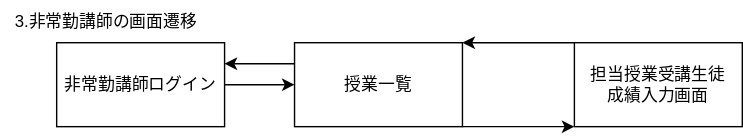
The draw.io diagram teamG5.drawio.svg in Skypeace8585/uml-introduction, before a commit. Source tidied: cells renumbered, new cells last; positions are measured from the earlier drawing's top-left corner, leaving out a move shared by most shapes.
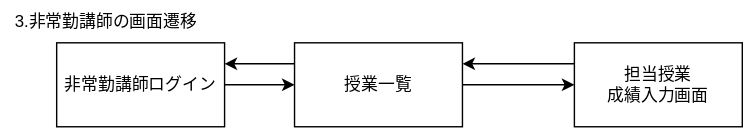
After the commit.

Change to the diagram source:
```diff
@@ -13,19 +13,19 @@
     <mxCell id="4" value="非常勤講師ログイン" style="rounded=0;whiteSpace=wrap;html=1;" parent="1" vertex="1">
       <mxGeometry x="40" y="30" width="120" height="60" as="geometry" />
     </mxCell>
+    <mxCell id="6" style="edgeStyle=none;html=1;entryX=1;entryY=0.25;entryDx=0;entryDy=0;exitX=0;exitY=0.25;exitDx=0;exitDy=0;" parent="1" edge="1" source="7" target="4">
+      <mxGeometry relative="1" as="geometry" />
+    </mxCell>
-    <mxCell id="5" style="edgeStyle=none;html=1;exitX=1;exitY=1;exitDx=0;exitDy=0;entryX=0;entryY=1;entryDx=0;entryDy=0;" parent="1" edge="1" source="7" target="9">
+    <mxCell id="5" style="edgeStyle=none;html=1;entryX=0;entryY=0.5;entryDx=0;entryDy=0;" parent="1" edge="1" source="7" target="9">
       <mxGeometry relative="1" as="geometry" />
     </mxCell>
-    <mxCell id="6" style="edgeStyle=none;html=1;entryX=1;entryY=0.25;entryDx=0;entryDy=0;exitX=0;exitY=0.25;exitDx=0;exitDy=0;" parent="1" edge="1" source="7" target="4">
-      <mxGeometry relative="1" as="geometry" />
-    </mxCell>
     <mxCell id="7" value="授業一覧" style="rounded=0;whiteSpace=wrap;html=1;" parent="1" vertex="1">
       <mxGeometry x="210" y="30" width="120" height="60" as="geometry" />
     </mxCell>
-    <mxCell id="8" style="edgeStyle=none;html=1;entryX=1;entryY=0;entryDx=0;entryDy=0;exitX=0;exitY=0;exitDx=0;exitDy=0;" parent="1" edge="1" source="9" target="7">
+    <mxCell id="8" style="edgeStyle=none;html=1;entryX=1;entryY=0.25;entryDx=0;entryDy=0;exitX=0;exitY=0.25;exitDx=0;exitDy=0;" parent="1" edge="1" source="9" target="7">
       <mxGeometry relative="1" as="geometry" />
     </mxCell>
-    <mxCell id="9" value="担当授業受講生徒&lt;br&gt;成績入力画面" style="rounded=0;whiteSpace=wrap;html=1;" parent="1" vertex="1">
+    <mxCell id="9" value="担当授業&lt;br&gt;成績入力画面" style="rounded=0;whiteSpace=wrap;html=1;" parent="1" vertex="1">
       <mxGeometry x="410" y="30" width="120" height="60" as="geometry" />
     </mxCell>
   </root>
```
